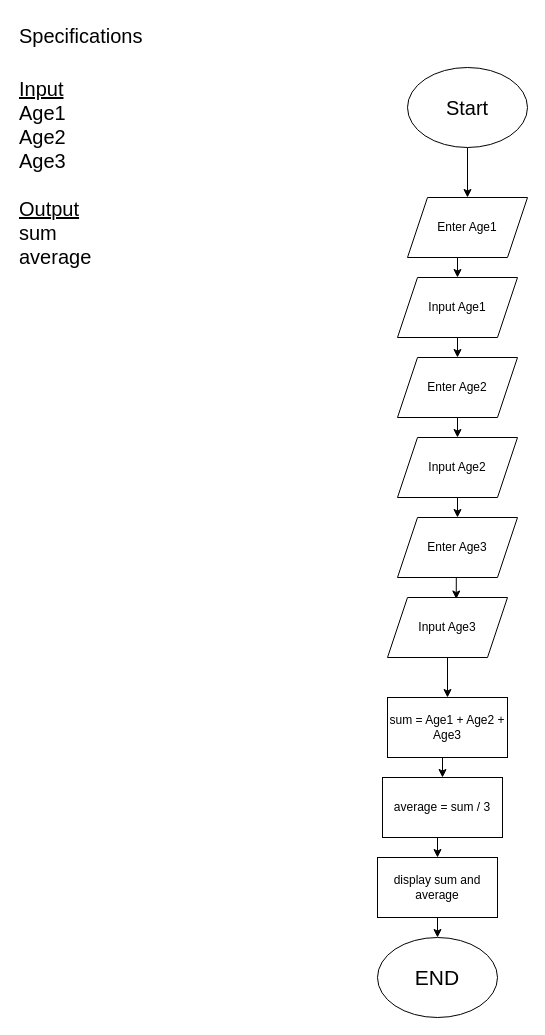
Earlier version of the draw.io diagram Flowcharts/Ages Flowchart.drawio (ElectricDaFearox/Tougaloo-Fundemental-Programming). Source tidied: cells renumbered, new cells numbered last; positions are measured from the earlier drawing's top-left corner, leaving out a move shared by most shapes. Both pictures are drawn from the tidied source at 100%, with x=0, y=0 at pixel (17, 17).
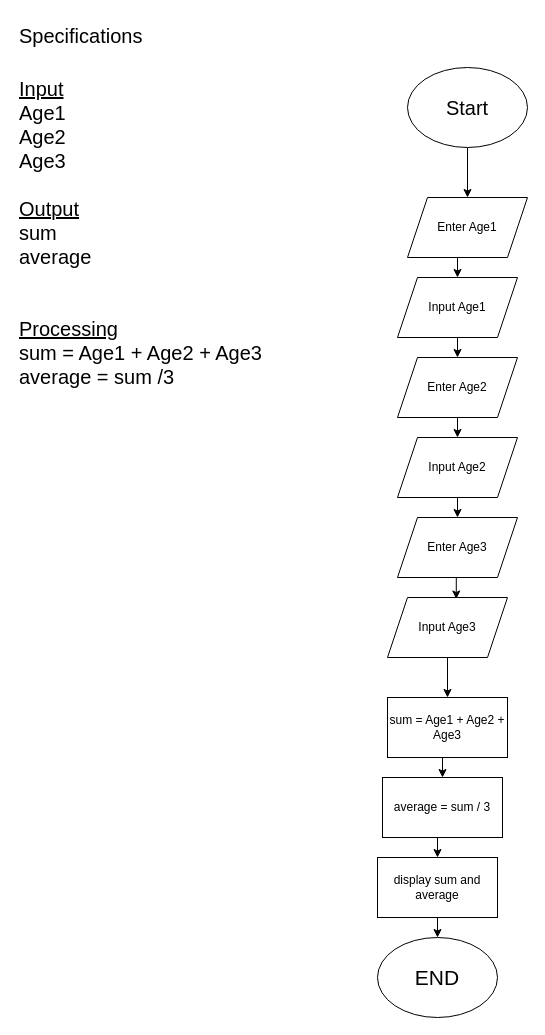
The same page after the edit.

Commit message:
I truly finished it this time I swear

Change to the diagram source:
```diff
@@
-    <mxCell id="2" value="&lt;div&gt;&lt;font style=&quot;font-size: 20px;&quot;&gt;Specifications&lt;/font&gt;&lt;/div&gt;&lt;br&gt;&lt;div&gt;&lt;br&gt;&lt;/div&gt;&lt;div style=&quot;font-size: 20px;&quot;&gt;&lt;u&gt;Input&lt;/u&gt;&lt;br&gt;Age1&lt;br&gt;Age2&lt;br&gt;Age3&lt;br&gt;&lt;br&gt;&lt;u&gt;Output&lt;/u&gt;&lt;br&gt;sum&lt;br&gt;average&lt;br&gt;&lt;br&gt;&lt;u&gt;&lt;br&gt;&lt;/u&gt;&lt;br&gt;&lt;/div&gt;" style="text;html=1;whiteSpace=wrap;overflow=hidden;rounded=0;" parent="1" vertex="1">
-      <mxGeometry width="150" height="410" as="geometry" />
+    <mxCell id="2" value="&lt;div&gt;&lt;font style=&quot;font-size: 20px;&quot;&gt;Specifications&lt;/font&gt;&lt;/div&gt;&lt;br&gt;&lt;div&gt;&lt;br&gt;&lt;/div&gt;&lt;div style=&quot;font-size: 20px;&quot;&gt;&lt;u&gt;Input&lt;/u&gt;&lt;br&gt;Age1&lt;br&gt;Age2&lt;br&gt;Age3&lt;br&gt;&lt;br&gt;&lt;u&gt;Output&lt;/u&gt;&lt;br&gt;sum&lt;br&gt;average&lt;br&gt;&lt;br&gt;&lt;u&gt;&lt;br&gt;Processing&lt;/u&gt;&lt;br&gt;sum = Age1 + Age2 + Age3&lt;br&gt;average = sum /3&lt;br&gt;&lt;/div&gt;&lt;div&gt;&lt;br&gt;&lt;/div&gt;" style="text;html=1;whiteSpace=wrap;overflow=hidden;rounded=0;" parent="1" vertex="1">
+      <mxGeometry width="330" height="630" as="geometry" />
     </mxCell>
```
